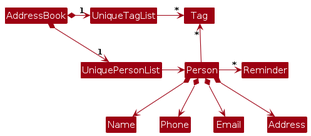
AY2526S1-CS2103T-F09-1/tp keeps this PlantUML diagram as diagrams/BetterModelClassDiagram.png. Above is the earlier version. Its source is kept beside it as diagrams/BetterModelClassDiagram.puml. Source of this version:
```plantuml
@startuml
!include style.puml
skinparam arrowThickness 1.1
skinparam arrowColor MODEL_COLOR
skinparam classBackgroundColor MODEL_COLOR

AddressBook *-right-> "1" UniquePersonList
AddressBook *-right-> "1" UniqueTagList
UniqueTagList -[hidden]down- UniquePersonList
UniqueTagList -[hidden]down- UniquePersonList

UniqueTagList -right-> "*" Tag
UniquePersonList -right-> Person

Person -up-> "*" Tag

Person *--> Name
Person *--> Phone
Person *--> Email
Person *--> Address
Person -right> "*" Reminder
@enduml
```
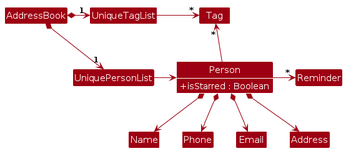
After the change.

Diff of the diagram source:
```diff
@@ -1,8 +1,16 @@
 @startuml
 !include style.puml
+skinparam classAttributeIconSize 0
+skinparam classAttributeFontColor #FFFFFF
 skinparam arrowThickness 1.1
 skinparam arrowColor MODEL_COLOR
 skinparam classBackgroundColor MODEL_COLOR
+show members
+hide empty members
+
+Class Person {
+    +isStarred : Boolean
+}
 
 AddressBook *-right-> "1" UniquePersonList
 AddressBook *-right-> "1" UniqueTagList
```
